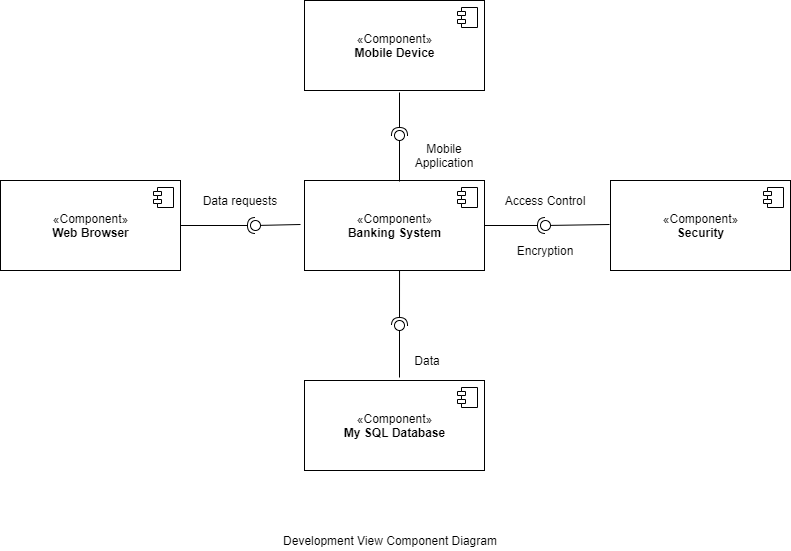
Before: Planning/Analysis and Design/Images/Component Diagram/Component Diagram.png, a diagram exported from draw.io (SDP-Wits/Banking-System). Source tidied: cells renumbered, new cells last; positions are measured from the earlier drawing's top-left corner, leaving out a move shared by most shapes.
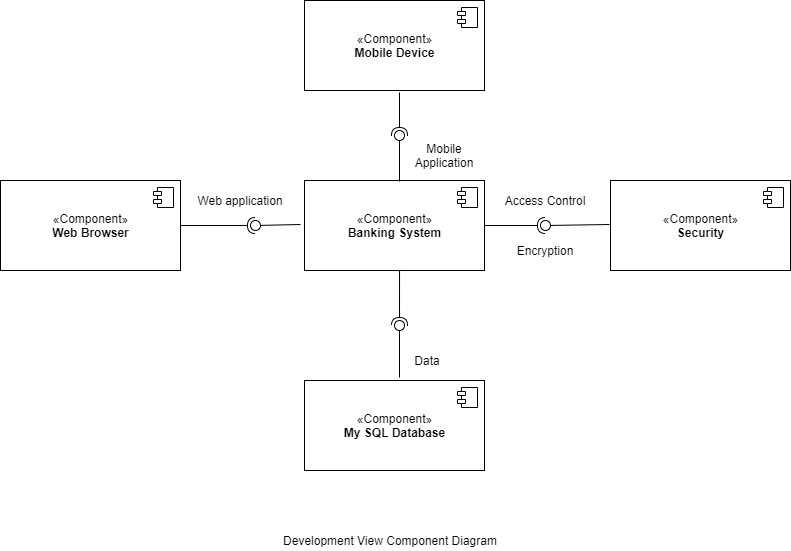
Above is the later version.

Commit message:
Component Diagram Updated

Draw.io file and image changed in planning folder

Diff of the diagram source:
```diff
@@ -70,7 +70,7 @@
     <mxCell id="19" value="Encryption" style="text;html=1;strokeColor=none;fillColor=none;align=center;verticalAlign=middle;whiteSpace=wrap;rounded=0;" parent="1" vertex="1">
       <mxGeometry x="495" y="240" width="100" height="20" as="geometry" />
     </mxCell>
-    <mxCell id="20" value="Data requests" style="text;html=1;strokeColor=none;fillColor=none;align=center;verticalAlign=middle;whiteSpace=wrap;rounded=0;" parent="1" vertex="1">
+    <mxCell id="20" value="Web application" style="text;html=1;strokeColor=none;fillColor=none;align=center;verticalAlign=middle;whiteSpace=wrap;rounded=0;" parent="1" vertex="1">
       <mxGeometry x="190" y="190" width="100" height="20" as="geometry" />
     </mxCell>
     <mxCell id="21" style="rounded=0;jettySize=auto;html=1;endArrow=none;endFill=0;" parent="1" edge="1" target="23">
```
